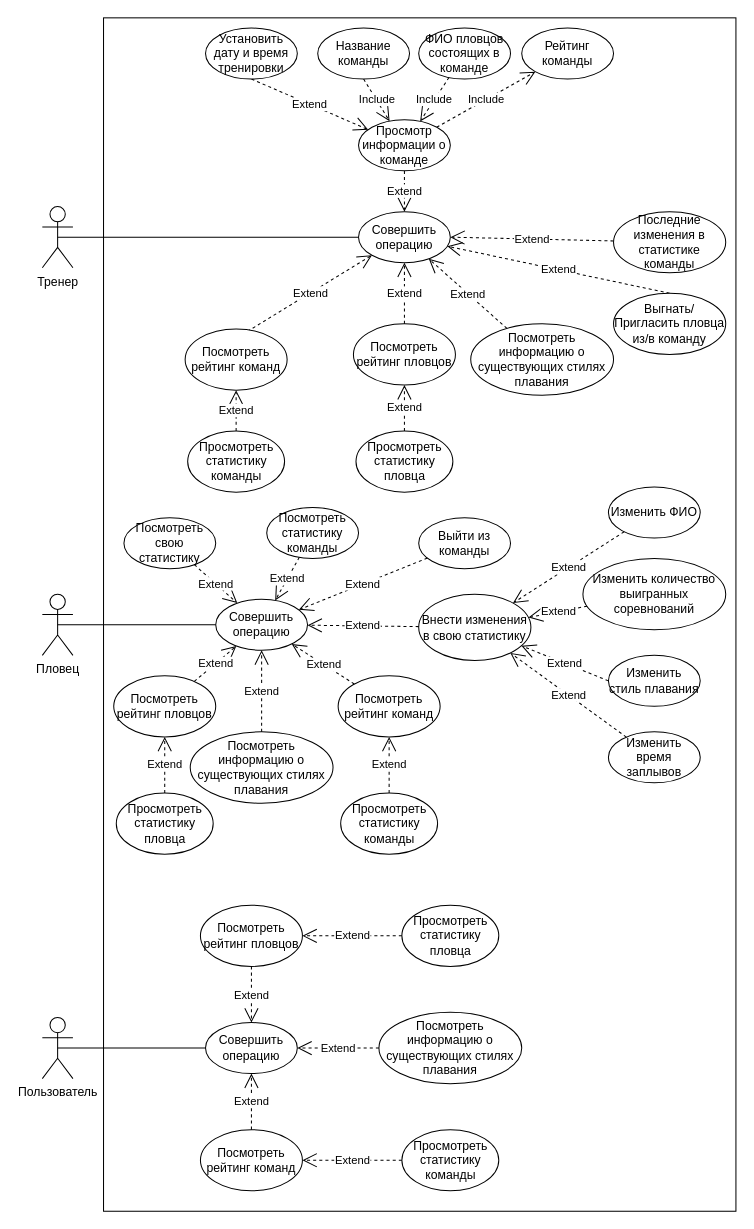
Above: owner_use_case.drawio in hardlywave/PPVIS (draw.io), before the change. Source tidied: cells renumbered, new cells numbered last; positions are measured from the earlier drawing's top-left corner, leaving out a move shared by most shapes. Both pictures are drawn from the tidied source at 102%, with x=0, y=0 at pixel (42, 17).
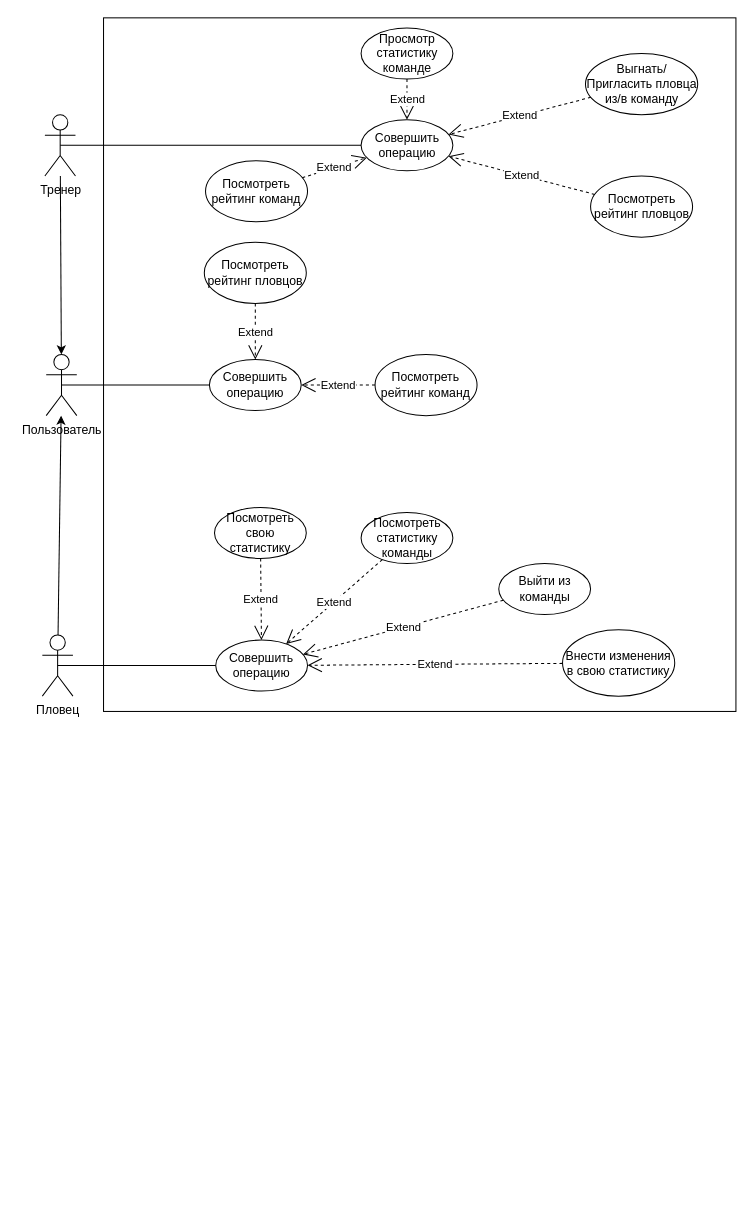
Above is the later version.

What changed in the source:
```diff
@@
     <mxCell id="2" style="rounded=0;whiteSpace=wrap;html=1;" parent="1" vertex="1">
-      <mxGeometry x="60" width="620" height="1170" as="geometry" />
+      <mxGeometry x="60" width="620" height="680" as="geometry" />
     </mxCell>
     <mxCell id="3" value="Тренер" style="shape=umlActor;verticalLabelPosition=bottom;verticalAlign=top;html=1;outlineConnect=0;" parent="1" vertex="1">
-      <mxGeometry y="185" width="30" height="60" as="geometry" />
+      <mxGeometry x="2.5" y="95" width="30" height="60" as="geometry" />
     </mxCell>
@@
-    <mxCell id="5" value="Include" style="endArrow=open;endSize=12;dashed=1;html=1;exitX=0.5;exitY=1;exitDx=0;exitDy=0;" parent="1" edge="1" source="31" target="29">
-      <mxGeometry relative="1" as="geometry" />
-    </mxCell>
-    <mxCell id="6" value="&lt;font face=&quot;helvetica&quot;&gt;Include&lt;/font&gt;" style="endArrow=open;endSize=12;dashed=1;html=1;" parent="1" edge="1" source="29" target="33">
-      <mxGeometry relative="1" as="geometry" />
-    </mxCell>
-    <mxCell id="7" value="&lt;span style=&quot;color: rgb(0 , 0 , 0) ; font-family: &amp;#34;helvetica&amp;#34; ; font-size: 11px ; font-style: normal ; font-weight: 400 ; letter-spacing: normal ; text-align: center ; text-indent: 0px ; text-transform: none ; word-spacing: 0px ; background-color: rgb(255 , 255 , 255) ; display: inline ; float: none&quot;&gt;Include&lt;br&gt;&lt;/span&gt;" style="endArrow=open;endSize=12;dashed=1;html=1;" parent="1" edge="1" source="32" target="29">
-      <mxGeometry relative="1" as="geometry" />
-    </mxCell>
-    <mxCell id="8" value="Extend" style="endArrow=open;endSize=12;dashed=1;html=1;exitX=0.5;exitY=1;exitDx=0;exitDy=0;" parent="1" edge="1" source="30" target="29">
-      <mxGeometry relative="1" as="geometry" />
-    </mxCell>
-    <mxCell id="9" value="&lt;span style=&quot;color: rgb(0, 0, 0); font-family: helvetica; font-size: 11px; font-style: normal; font-weight: 400; letter-spacing: normal; text-align: center; text-indent: 0px; text-transform: none; word-spacing: 0px; background-color: rgb(255, 255, 255); display: inline; float: none;&quot;&gt;Extend&lt;/span&gt;" style="endArrow=open;endSize=12;dashed=1;html=1;entryX=1;entryY=0.5;entryDx=0;entryDy=0;" parent="1" edge="1" source="34" target="28">
-      <mxGeometry relative="1" as="geometry" />
-    </mxCell>
@@
-    <mxCell id="11" value="&lt;span style=&quot;color: rgb(0, 0, 0); font-family: helvetica; font-size: 11px; font-style: normal; font-weight: 400; letter-spacing: normal; text-align: center; text-indent: 0px; text-transform: none; word-spacing: 0px; background-color: rgb(255, 255, 255); display: inline; float: none;&quot;&gt;Extend&lt;/span&gt;" style="endArrow=open;endSize=12;dashed=1;html=1;exitX=0.611;exitY=0.04;exitDx=0;exitDy=0;exitPerimeter=0;entryX=0;entryY=1;entryDx=0;entryDy=0;" parent="1" edge="1" source="36" target="28">
+    <mxCell id="11" value="&lt;span style=&quot;color: rgb(0, 0, 0); font-family: helvetica; font-size: 11px; font-style: normal; font-weight: 400; letter-spacing: normal; text-align: center; text-indent: 0px; text-transform: none; word-spacing: 0px; background-color: rgb(255, 255, 255); display: inline; float: none;&quot;&gt;Extend&lt;/span&gt;" style="endArrow=open;endSize=12;dashed=1;html=1;" parent="1" edge="1" source="36" target="28">
       <mxGeometry relative="1" as="geometry" />
     </mxCell>
-    <mxCell id="12" value="&lt;span style=&quot;color: rgb(0, 0, 0); font-family: helvetica; font-size: 11px; font-style: normal; font-weight: 400; letter-spacing: normal; text-align: center; text-indent: 0px; text-transform: none; word-spacing: 0px; background-color: rgb(255, 255, 255); display: inline; float: none;&quot;&gt;Extend&lt;/span&gt;" style="endArrow=open;endSize=12;dashed=1;html=1;exitX=0.5;exitY=0;exitDx=0;exitDy=0;" parent="1" edge="1" source="38" target="28">
+    <mxCell id="12" value="&lt;span style=&quot;color: rgb(0, 0, 0); font-family: helvetica; font-size: 11px; font-style: normal; font-weight: 400; letter-spacing: normal; text-align: center; text-indent: 0px; text-transform: none; word-spacing: 0px; background-color: rgb(255, 255, 255); display: inline; float: none;&quot;&gt;Extend&lt;/span&gt;" style="endArrow=open;endSize=12;dashed=1;html=1;" parent="1" edge="1" source="38" target="28">
       <mxGeometry relative="1" as="geometry" />
     </mxCell>
-    <mxCell id="13" value="&lt;span style=&quot;color: rgb(0, 0, 0); font-family: helvetica; font-size: 11px; font-style: normal; font-weight: 400; letter-spacing: normal; text-align: center; text-indent: 0px; text-transform: none; word-spacing: 0px; background-color: rgb(255, 255, 255); display: inline; float: none;&quot;&gt;Extend&lt;/span&gt;" style="endArrow=open;endSize=12;dashed=1;html=1;" parent="1" edge="1" source="37" target="28">
-      <mxGeometry relative="1" as="geometry" />
-    </mxCell>
-    <mxCell id="14" value="&lt;span style=&quot;color: rgb(0, 0, 0); font-family: helvetica; font-size: 11px; font-style: normal; font-weight: 400; letter-spacing: normal; text-align: center; text-indent: 0px; text-transform: none; word-spacing: 0px; background-color: rgb(255, 255, 255); display: inline; float: none;&quot;&gt;Extend&lt;/span&gt;" style="endArrow=open;endSize=12;dashed=1;html=1;exitX=0.5;exitY=0;exitDx=0;exitDy=0;entryX=0.5;entryY=1;entryDx=0;entryDy=0;" parent="1" edge="1" source="35" target="36">
-      <mxGeometry relative="1" as="geometry" />
-    </mxCell>
     <mxCell id="15" value="Пловец" style="shape=umlActor;verticalLabelPosition=bottom;verticalAlign=top;html=1;outlineConnect=0;" parent="1" vertex="1">
-      <mxGeometry y="565" width="30" height="60" as="geometry" />
+      <mxGeometry y="605" width="30" height="60" as="geometry" />
     </mxCell>
     <mxCell id="16" value="Совершить операцию" style="ellipse;whiteSpace=wrap;html=1;" parent="1" vertex="1">
-      <mxGeometry x="170" y="570" width="90" height="50" as="geometry" />
+      <mxGeometry x="170" y="610" width="90" height="50" as="geometry" />
     </mxCell>
     <mxCell id="17" value="Посмотреть свою статистику" style="ellipse;whiteSpace=wrap;html=1;" parent="1" vertex="1">
-      <mxGeometry x="80" y="490" width="90" height="50" as="geometry" />
+      <mxGeometry x="168.8" y="480" width="90" height="50" as="geometry" />
     </mxCell>
     <mxCell id="18" value="Внести изменения в свою статистику" style="ellipse;whiteSpace=wrap;html=1;" parent="1" vertex="1">
-      <mxGeometry x="369" y="565" width="110" height="65" as="geometry" />
+      <mxGeometry x="510" y="600" width="110" height="65" as="geometry" />
     </mxCell>
@@
     <mxCell id="22" value="Посмотреть статистику команды" style="ellipse;whiteSpace=wrap;html=1;" parent="1" vertex="1">
-      <mxGeometry x="220" y="480" width="90" height="50" as="geometry" />
+      <mxGeometry x="312.5" y="485" width="90" height="50" as="geometry" />
     </mxCell>
-    <mxCell id="23" value="Изменить время заплывов" style="ellipse;whiteSpace=wrap;html=1;" parent="1" vertex="1">
-      <mxGeometry x="555" y="700" width="90" height="50" as="geometry" />
-    </mxCell>
-    <mxCell id="24" value="&lt;span&gt;Изменить ФИО&lt;br&gt;&lt;/span&gt;" style="ellipse;whiteSpace=wrap;html=1;" parent="1" vertex="1">
-      <mxGeometry x="555" y="460" width="90" height="50" as="geometry" />
-    </mxCell>
-    <mxCell id="25" value="&lt;span style=&quot;color: rgb(0, 0, 0); font-family: helvetica; font-size: 11px; font-style: normal; font-weight: 400; letter-spacing: normal; text-align: center; text-indent: 0px; text-transform: none; word-spacing: 0px; background-color: rgb(255, 255, 255); display: inline; float: none;&quot;&gt;Extend&lt;/span&gt;" style="endArrow=open;endSize=12;dashed=1;html=1;" parent="1" edge="1" source="23" target="18">
-      <mxGeometry relative="1" as="geometry" />
-    </mxCell>
-    <mxCell id="26" value="&lt;span style=&quot;color: rgb(0, 0, 0); font-family: helvetica; font-size: 11px; font-style: normal; font-weight: 400; letter-spacing: normal; text-align: center; text-indent: 0px; text-transform: none; word-spacing: 0px; background-color: rgb(255, 255, 255); display: inline; float: none;&quot;&gt;Extend&lt;/span&gt;" style="endArrow=open;endSize=12;dashed=1;html=1;" parent="1" edge="1" source="24" target="18">
-      <mxGeometry relative="1" as="geometry" />
-    </mxCell>
@@
     <mxCell id="28" value="Совершить операцию" style="ellipse;whiteSpace=wrap;html=1;" parent="1" vertex="1">
-      <mxGeometry x="310" y="190" width="90" height="50" as="geometry" />
+      <mxGeometry x="312.5" y="100" width="90" height="50" as="geometry" />
     </mxCell>
-    <mxCell id="29" value="Просмотр информации о команде" style="ellipse;whiteSpace=wrap;html=1;" parent="1" vertex="1">
-      <mxGeometry x="310" y="100" width="90" height="50" as="geometry" />
+    <mxCell id="29" value="Просмотр статистику команде" style="ellipse;whiteSpace=wrap;html=1;" parent="1" vertex="1">
+      <mxGeometry x="312.5" y="10" width="90" height="50" as="geometry" />
     </mxCell>
-    <mxCell id="30" value="Установить дату и время тренировки" style="ellipse;whiteSpace=wrap;html=1;" parent="1" vertex="1">
-      <mxGeometry x="160" y="10" width="90" height="50" as="geometry" />
-    </mxCell>
-    <mxCell id="31" value="Название команды" style="ellipse;whiteSpace=wrap;html=1;" parent="1" vertex="1">
-      <mxGeometry x="270" y="10" width="90" height="50" as="geometry" />
-    </mxCell>
-    <mxCell id="32" value="ФИО пловцов состоящих в команде" style="ellipse;whiteSpace=wrap;html=1;" parent="1" vertex="1">
-      <mxGeometry x="369" y="10" width="90" height="50" as="geometry" />
-    </mxCell>
-    <mxCell id="33" value="Рейтинг команды" style="ellipse;whiteSpace=wrap;html=1;" parent="1" vertex="1">
-      <mxGeometry x="470" y="10" width="90" height="50" as="geometry" />
-    </mxCell>
-    <mxCell id="34" value="Последние изменения в статистике команды" style="ellipse;whiteSpace=wrap;html=1;" parent="1" vertex="1">
-      <mxGeometry x="560" y="190" width="110" height="60" as="geometry" />
-    </mxCell>
-    <mxCell id="35" value="Просмотреть статистику команды" style="ellipse;whiteSpace=wrap;html=1;" parent="1" vertex="1">
-      <mxGeometry x="142.5" y="405" width="95" height="60" as="geometry" />
-    </mxCell>
     <mxCell id="36" value="Посмотреть рейтинг команд" style="ellipse;whiteSpace=wrap;html=1;" parent="1" vertex="1">
-      <mxGeometry x="140" y="305" width="100" height="60" as="geometry" />
+      <mxGeometry x="160" y="140" width="100" height="60" as="geometry" />
     </mxCell>
-    <mxCell id="37" value="Посмотреть информацию о существующих стилях плавания" style="ellipse;whiteSpace=wrap;html=1;" parent="1" vertex="1">
-      <mxGeometry x="420" y="300" width="140" height="70" as="geometry" />
-    </mxCell>
     <mxCell id="38" value="Выгнать/Пригласить пловца из/в команду" style="ellipse;whiteSpace=wrap;html=1;" parent="1" vertex="1">
-      <mxGeometry x="560" y="270" width="110" height="60" as="geometry" />
+      <mxGeometry x="532.5" y="35" width="110" height="60" as="geometry" />
     </mxCell>
     <mxCell id="39" value="Посмотреть рейтинг пловцов" style="ellipse;whiteSpace=wrap;html=1;" parent="1" vertex="1">
-      <mxGeometry x="305" y="300" width="100" height="60" as="geometry" />
+      <mxGeometry x="537.5" y="155" width="100" height="60" as="geometry" />
     </mxCell>
-    <mxCell id="40" value="&lt;span style=&quot;color: rgb(0, 0, 0); font-family: helvetica; font-size: 11px; font-style: normal; font-weight: 400; letter-spacing: normal; text-align: center; text-indent: 0px; text-transform: none; word-spacing: 0px; background-color: rgb(255, 255, 255); display: inline; float: none;&quot;&gt;Extend&lt;/span&gt;" style="endArrow=open;endSize=12;dashed=1;html=1;exitX=0.5;exitY=0;exitDx=0;exitDy=0;entryX=0.5;entryY=1;entryDx=0;entryDy=0;" parent="1" edge="1" source="39" target="28">
+    <mxCell id="40" value="&lt;span style=&quot;color: rgb(0, 0, 0); font-family: helvetica; font-size: 11px; font-style: normal; font-weight: 400; letter-spacing: normal; text-align: center; text-indent: 0px; text-transform: none; word-spacing: 0px; background-color: rgb(255, 255, 255); display: inline; float: none;&quot;&gt;Extend&lt;/span&gt;" style="endArrow=open;endSize=12;dashed=1;html=1;" parent="1" edge="1" source="39" target="28">
       <mxGeometry relative="1" as="geometry" />
     </mxCell>
-    <mxCell id="41" value="Просмотреть статистику пловца" style="ellipse;whiteSpace=wrap;html=1;" parent="1" vertex="1">
-      <mxGeometry x="307.5" y="405" width="95" height="60" as="geometry" />
-    </mxCell>
-    <mxCell id="42" value="&lt;span style=&quot;color: rgb(0, 0, 0); font-family: helvetica; font-size: 11px; font-style: normal; font-weight: 400; letter-spacing: normal; text-align: center; text-indent: 0px; text-transform: none; word-spacing: 0px; background-color: rgb(255, 255, 255); display: inline; float: none;&quot;&gt;Extend&lt;/span&gt;" style="endArrow=open;endSize=12;dashed=1;html=1;exitX=0.5;exitY=0;exitDx=0;exitDy=0;entryX=0.5;entryY=1;entryDx=0;entryDy=0;" parent="1" edge="1" source="41" target="39">
-      <mxGeometry relative="1" as="geometry" />
-    </mxCell>
-    <mxCell id="43" value="&lt;span&gt;Изменить количество выигранных соревнований&lt;br&gt;&lt;/span&gt;" style="ellipse;whiteSpace=wrap;html=1;" parent="1" vertex="1">
-      <mxGeometry x="530" y="530" width="140" height="70" as="geometry" />
-    </mxCell>
-    <mxCell id="44" value="&lt;span&gt;Изменить стиль плавания&lt;br&gt;&lt;/span&gt;" style="ellipse;whiteSpace=wrap;html=1;" parent="1" vertex="1">
-      <mxGeometry x="555" y="625" width="90" height="50" as="geometry" />
-    </mxCell>
-    <mxCell id="45" value="&lt;span style=&quot;color: rgb(0, 0, 0); font-family: helvetica; font-size: 11px; font-style: normal; font-weight: 400; letter-spacing: normal; text-align: center; text-indent: 0px; text-transform: none; word-spacing: 0px; background-color: rgb(255, 255, 255); display: inline; float: none;&quot;&gt;Extend&lt;/span&gt;" style="endArrow=open;endSize=12;dashed=1;html=1;exitX=0;exitY=0.5;exitDx=0;exitDy=0;" parent="1" edge="1" source="44" target="18">
-      <mxGeometry relative="1" as="geometry" />
-    </mxCell>
-    <mxCell id="46" value="&lt;span style=&quot;color: rgb(0, 0, 0); font-family: helvetica; font-size: 11px; font-style: normal; font-weight: 400; letter-spacing: normal; text-align: center; text-indent: 0px; text-transform: none; word-spacing: 0px; background-color: rgb(255, 255, 255); display: inline; float: none;&quot;&gt;Extend&lt;/span&gt;" style="endArrow=open;endSize=12;dashed=1;html=1;" parent="1" edge="1" source="43" target="18">
-      <mxGeometry relative="1" as="geometry" />
-    </mxCell>
     <mxCell id="47" value="Выйти из команды" style="ellipse;whiteSpace=wrap;html=1;" parent="1" vertex="1">
-      <mxGeometry x="369" y="490" width="90" height="50" as="geometry" />
+      <mxGeometry x="447.5" y="535" width="90" height="50" as="geometry" />
     </mxCell>
-    <mxCell id="48" value="Посмотреть информацию о существующих стилях плавания" style="ellipse;whiteSpace=wrap;html=1;" parent="1" vertex="1">
-      <mxGeometry x="145" y="700" width="140" height="70" as="geometry" />
-    </mxCell>
-    <mxCell id="49" value="Посмотреть рейтинг пловцов" style="ellipse;whiteSpace=wrap;html=1;" parent="1" vertex="1">
-      <mxGeometry x="70" y="645" width="100" height="60" as="geometry" />
-    </mxCell>
-    <mxCell id="50" value="Посмотреть рейтинг команд" style="ellipse;whiteSpace=wrap;html=1;" parent="1" vertex="1">
-      <mxGeometry x="290" y="645" width="100" height="60" as="geometry" />
-    </mxCell>
-    <mxCell id="51" value="&lt;span style=&quot;color: rgb(0, 0, 0); font-family: helvetica; font-size: 11px; font-style: normal; font-weight: 400; letter-spacing: normal; text-align: center; text-indent: 0px; text-transform: none; word-spacing: 0px; background-color: rgb(255, 255, 255); display: inline; float: none;&quot;&gt;Extend&lt;/span&gt;" style="endArrow=open;endSize=12;dashed=1;html=1;" parent="1" edge="1" source="50" target="16">
-      <mxGeometry relative="1" as="geometry" />
-    </mxCell>
-    <mxCell id="52" value="&lt;span style=&quot;color: rgb(0, 0, 0); font-family: helvetica; font-size: 11px; font-style: normal; font-weight: 400; letter-spacing: normal; text-align: center; text-indent: 0px; text-transform: none; word-spacing: 0px; background-color: rgb(255, 255, 255); display: inline; float: none;&quot;&gt;Extend&lt;/span&gt;" style="endArrow=open;endSize=12;dashed=1;html=1;" parent="1" edge="1" source="48" target="16">
-      <mxGeometry relative="1" as="geometry" />
-    </mxCell>
-    <mxCell id="53" value="&lt;span style=&quot;color: rgb(0, 0, 0); font-family: helvetica; font-size: 11px; font-style: normal; font-weight: 400; letter-spacing: normal; text-align: center; text-indent: 0px; text-transform: none; word-spacing: 0px; background-color: rgb(255, 255, 255); display: inline; float: none;&quot;&gt;Extend&lt;/span&gt;" style="endArrow=open;endSize=12;dashed=1;html=1;" parent="1" edge="1" source="49" target="16">
-      <mxGeometry relative="1" as="geometry" />
-    </mxCell>
@@
-    <mxCell id="55" value="Просмотреть статистику команды" style="ellipse;whiteSpace=wrap;html=1;" parent="1" vertex="1">
-      <mxGeometry x="292.5" y="760" width="95" height="60" as="geometry" />
-    </mxCell>
-    <mxCell id="56" value="Просмотреть статистику пловца" style="ellipse;whiteSpace=wrap;html=1;" parent="1" vertex="1">
-      <mxGeometry x="72.5" y="760" width="95" height="60" as="geometry" />
-    </mxCell>
-    <mxCell id="57" value="&lt;span style=&quot;color: rgb(0, 0, 0); font-family: helvetica; font-size: 11px; font-style: normal; font-weight: 400; letter-spacing: normal; text-align: center; text-indent: 0px; text-transform: none; word-spacing: 0px; background-color: rgb(255, 255, 255); display: inline; float: none;&quot;&gt;Extend&lt;/span&gt;" style="endArrow=open;endSize=12;dashed=1;html=1;" parent="1" edge="1" source="55" target="50">
-      <mxGeometry relative="1" as="geometry" />
-    </mxCell>
-    <mxCell id="58" value="&lt;span style=&quot;color: rgb(0, 0, 0); font-family: helvetica; font-size: 11px; font-style: normal; font-weight: 400; letter-spacing: normal; text-align: center; text-indent: 0px; text-transform: none; word-spacing: 0px; background-color: rgb(255, 255, 255); display: inline; float: none;&quot;&gt;Extend&lt;/span&gt;" style="endArrow=open;endSize=12;dashed=1;html=1;" parent="1" edge="1" source="56" target="49">
-      <mxGeometry relative="1" as="geometry" />
-    </mxCell>
     <mxCell id="59" value="Пользователь&lt;br&gt;" style="shape=umlActor;verticalLabelPosition=bottom;verticalAlign=top;html=1;outlineConnect=0;" parent="1" vertex="1">
-      <mxGeometry y="980" width="30" height="60" as="geometry" />
+      <mxGeometry x="3.8" y="330" width="30" height="60" as="geometry" />
     </mxCell>
     <mxCell id="60" value="Совершить операцию" style="ellipse;whiteSpace=wrap;html=1;" parent="1" vertex="1">
-      <mxGeometry x="160" y="985" width="90" height="50" as="geometry" />
+      <mxGeometry x="163.8" y="335" width="90" height="50" as="geometry" />
     </mxCell>
@@
     <mxCell id="62" value="Посмотреть рейтинг пловцов" style="ellipse;whiteSpace=wrap;html=1;" parent="1" vertex="1">
-      <mxGeometry x="155" y="870" width="100" height="60" as="geometry" />
+      <mxGeometry x="158.8" y="220" width="100" height="60" as="geometry" />
     </mxCell>
-    <mxCell id="63" value="Просмотреть статистику пловца" style="ellipse;whiteSpace=wrap;html=1;" parent="1" vertex="1">
-      <mxGeometry x="352.5" y="870" width="95" height="60" as="geometry" />
-    </mxCell>
     <mxCell id="64" value="Посмотреть рейтинг команд" style="ellipse;whiteSpace=wrap;html=1;" parent="1" vertex="1">
-      <mxGeometry x="155" y="1090" width="100" height="60" as="geometry" />
+      <mxGeometry x="326.2" y="330" width="100" height="60" as="geometry" />
     </mxCell>
-    <mxCell id="65" value="Просмотреть статистику команды" style="ellipse;whiteSpace=wrap;html=1;" parent="1" vertex="1">
-      <mxGeometry x="352.5" y="1090" width="95" height="60" as="geometry" />
-    </mxCell>
@@
-    <mxCell id="67" value="&lt;span style=&quot;color: rgb(0, 0, 0); font-family: helvetica; font-size: 11px; font-style: normal; font-weight: 400; letter-spacing: normal; text-align: center; text-indent: 0px; text-transform: none; word-spacing: 0px; background-color: rgb(255, 255, 255); display: inline; float: none;&quot;&gt;Extend&lt;/span&gt;" style="endArrow=open;endSize=12;dashed=1;html=1;" parent="1" edge="1" source="63" target="62">
-      <mxGeometry relative="1" as="geometry" />
-    </mxCell>
@@
-    <mxCell id="69" value="&lt;span style=&quot;color: rgb(0, 0, 0); font-family: helvetica; font-size: 11px; font-style: normal; font-weight: 400; letter-spacing: normal; text-align: center; text-indent: 0px; text-transform: none; word-spacing: 0px; background-color: rgb(255, 255, 255); display: inline; float: none;&quot;&gt;Extend&lt;/span&gt;" style="endArrow=open;endSize=12;dashed=1;html=1;" parent="1" edge="1" source="65" target="64">
-      <mxGeometry relative="1" as="geometry" />
-    </mxCell>
-    <mxCell id="70" value="Посмотреть информацию о существующих стилях плавания" style="ellipse;whiteSpace=wrap;html=1;" parent="1" vertex="1">
-      <mxGeometry x="330" y="975" width="140" height="70" as="geometry" />
-    </mxCell>
-    <mxCell id="71" value="&lt;span style=&quot;color: rgb(0, 0, 0); font-family: helvetica; font-size: 11px; font-style: normal; font-weight: 400; letter-spacing: normal; text-align: center; text-indent: 0px; text-transform: none; word-spacing: 0px; background-color: rgb(255, 255, 255); display: inline; float: none;&quot;&gt;Extend&lt;/span&gt;" style="endArrow=open;endSize=12;dashed=1;html=1;" parent="1" edge="1" source="70" target="60">
-      <mxGeometry relative="1" as="geometry" />
-    </mxCell>
+    <mxCell id="72" style="endArrow=classic;html=1;" parent="1" edge="1" source="15" target="59">
+      <mxGeometry relative="1" as="geometry" />
+    </mxCell>
+    <mxCell id="73" style="endArrow=classic;html=1;" parent="1" edge="1" source="3" target="59">
+      <mxGeometry relative="1" as="geometry" />
+    </mxCell>
```
